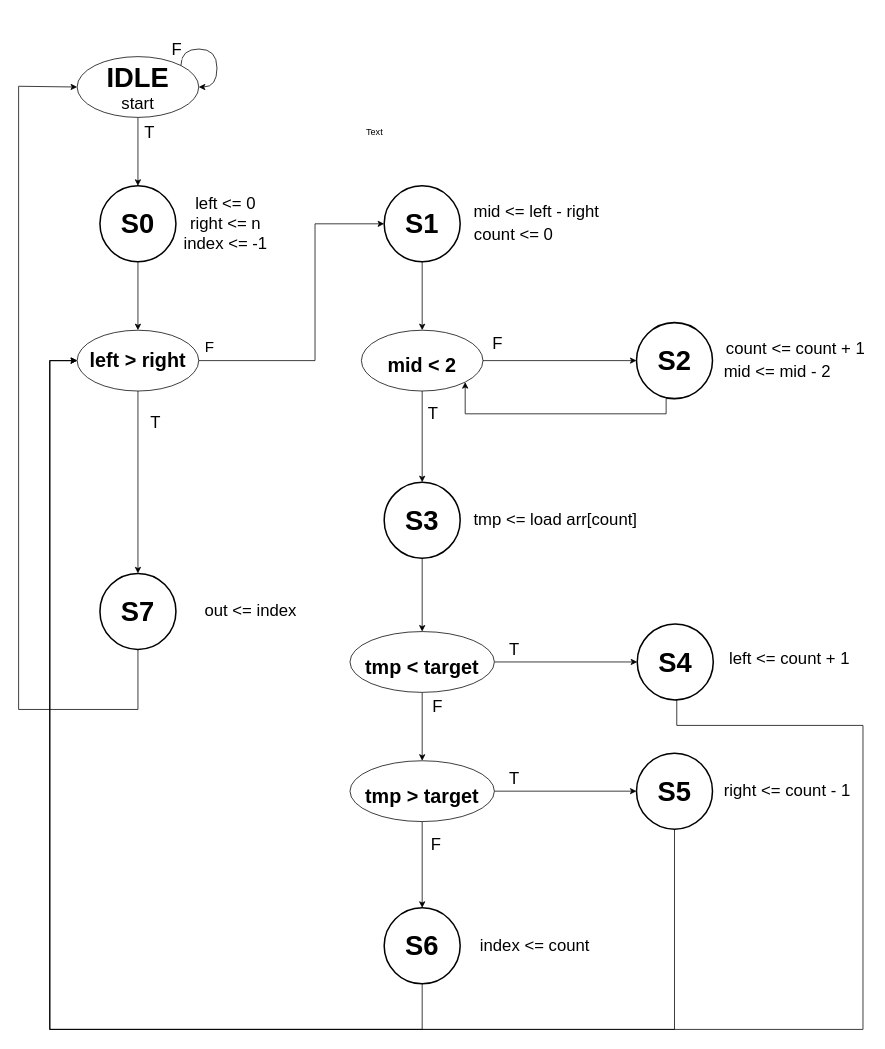
Above: Integrated Circuits/Project 8/FSMD/Homework 8-simplified.drawio in liakoyras/school-projects (draw.io), before the change. Source tidied: cells renumbered, new cells numbered last; positions are measured from the earlier drawing's top-left corner, leaving out a move shared by most shapes. Both pictures are drawn from the tidied source at 76%, with x=0, y=0 at pixel (18, 49).
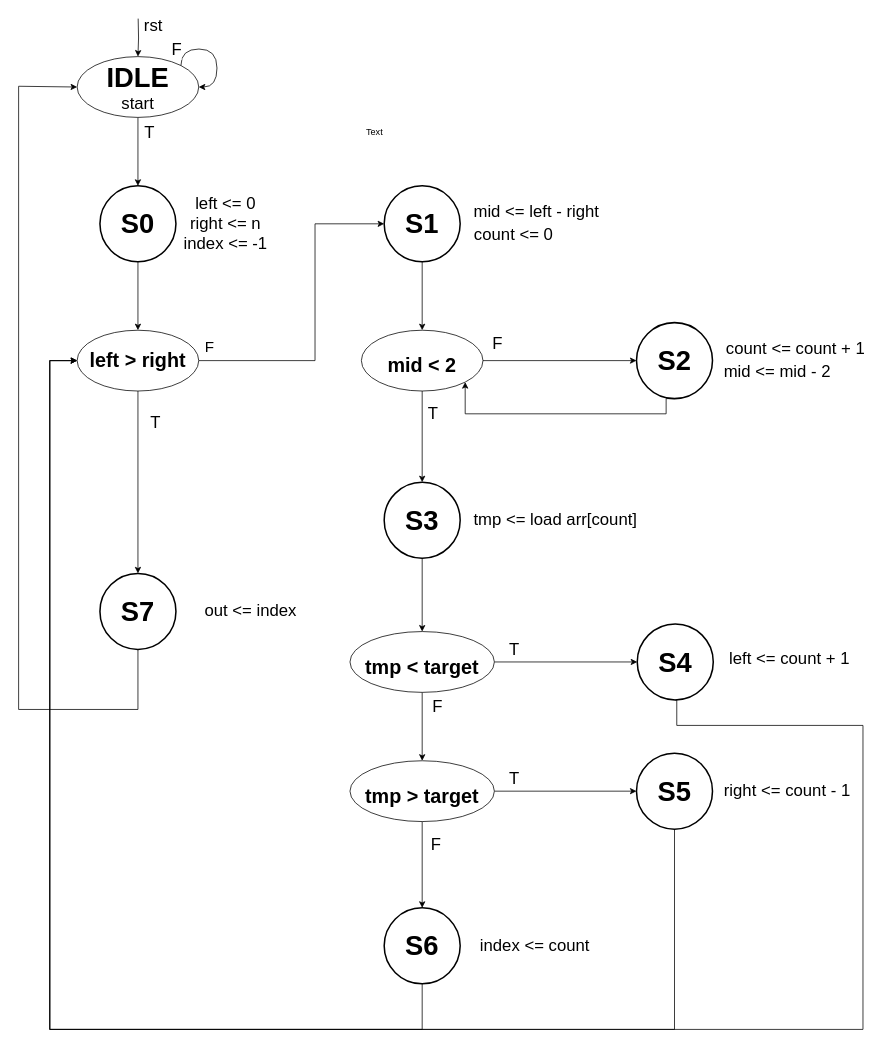
After the change.

Commit message (it also covers changes not shown here):
Integrated Circuits-8: Minor fixes on the FSMDs and the verilog algorithm. Added the datapath diagram.

The change refers to these unchanged cells:
```xml
<mxCell id="46" value="&lt;div&gt;&lt;font style=&quot;font-size: 36px&quot;&gt;&lt;b&gt;&lt;font style=&quot;font-size: 36px&quot;&gt;IDLE&lt;/font&gt;&lt;/b&gt;&lt;br&gt;&lt;/font&gt;&lt;/div&gt;&lt;div style=&quot;font-size: 22px&quot;&gt;start&lt;br&gt;&lt;font style=&quot;font-size: 36px&quot;&gt;&lt;/font&gt;&lt;/div&gt;" style="ellipse;whiteSpace=wrap;html=1;" parent="1" vertex="1">
  <mxGeometry x="77" y="10" width="160" height="80" as="geometry" />
</mxCell>
```

What changed in the source:
```diff
@@
+    <mxCell id="68" style="edgeStyle=orthogonalEdgeStyle;rounded=0;jettySize=auto;html=1;exitX=0.5;exitY=0;exitDx=0;exitDy=0;entryX=0.5;entryY=0;entryDx=0;entryDy=0;" parent="1" edge="1" target="46">
+      <mxGeometry relative="1" as="geometry">
+        <mxPoint x="157.3" y="-40" as="sourcePoint" />
+      </mxGeometry>
+    </mxCell>
@@
+    <mxCell id="69" value="&lt;font style=&quot;font-size: 22px&quot;&gt;rst&lt;/font&gt;" style="text;html=1;align=center;verticalAlign=middle;" parent="1" vertex="1">
+      <mxGeometry x="157" y="-40" width="40" height="20" as="geometry" />
+    </mxCell>
```
